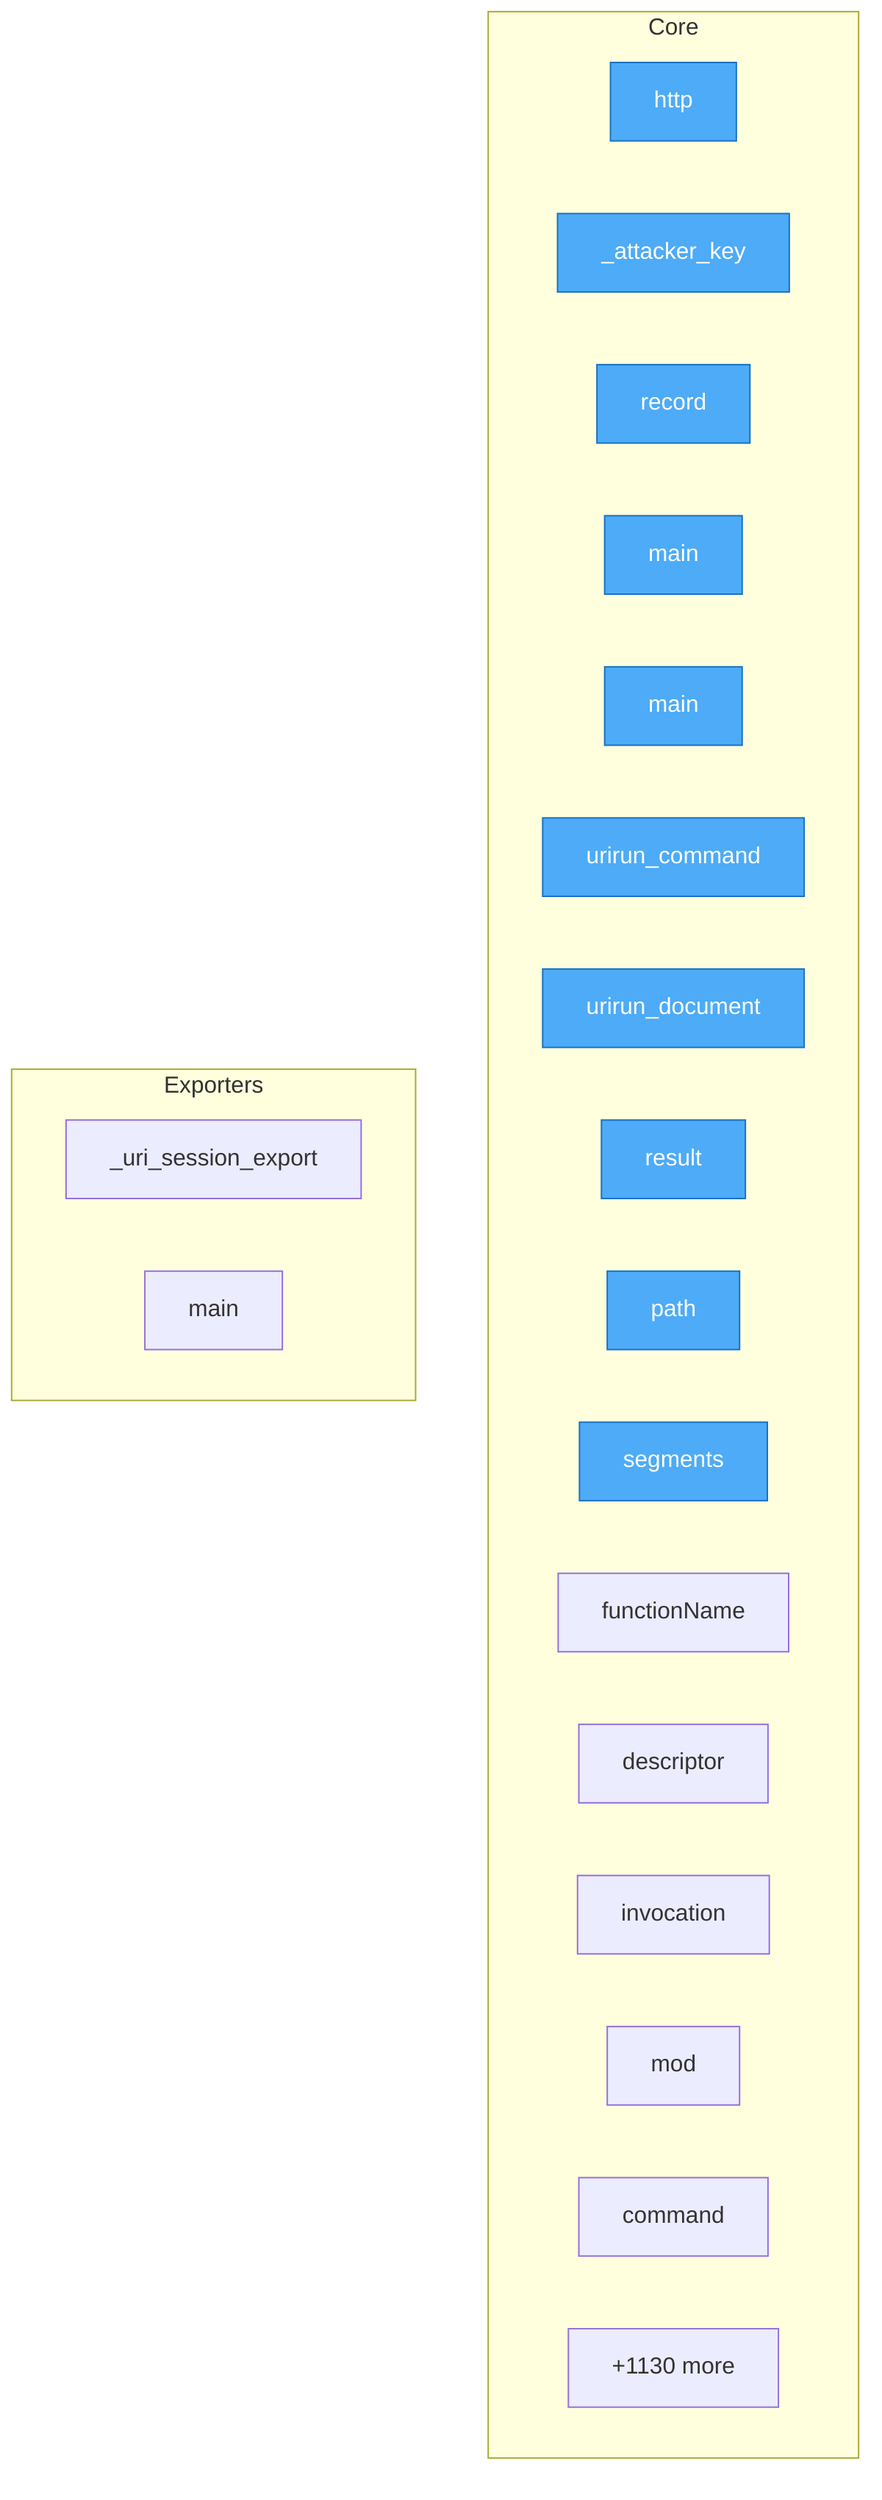
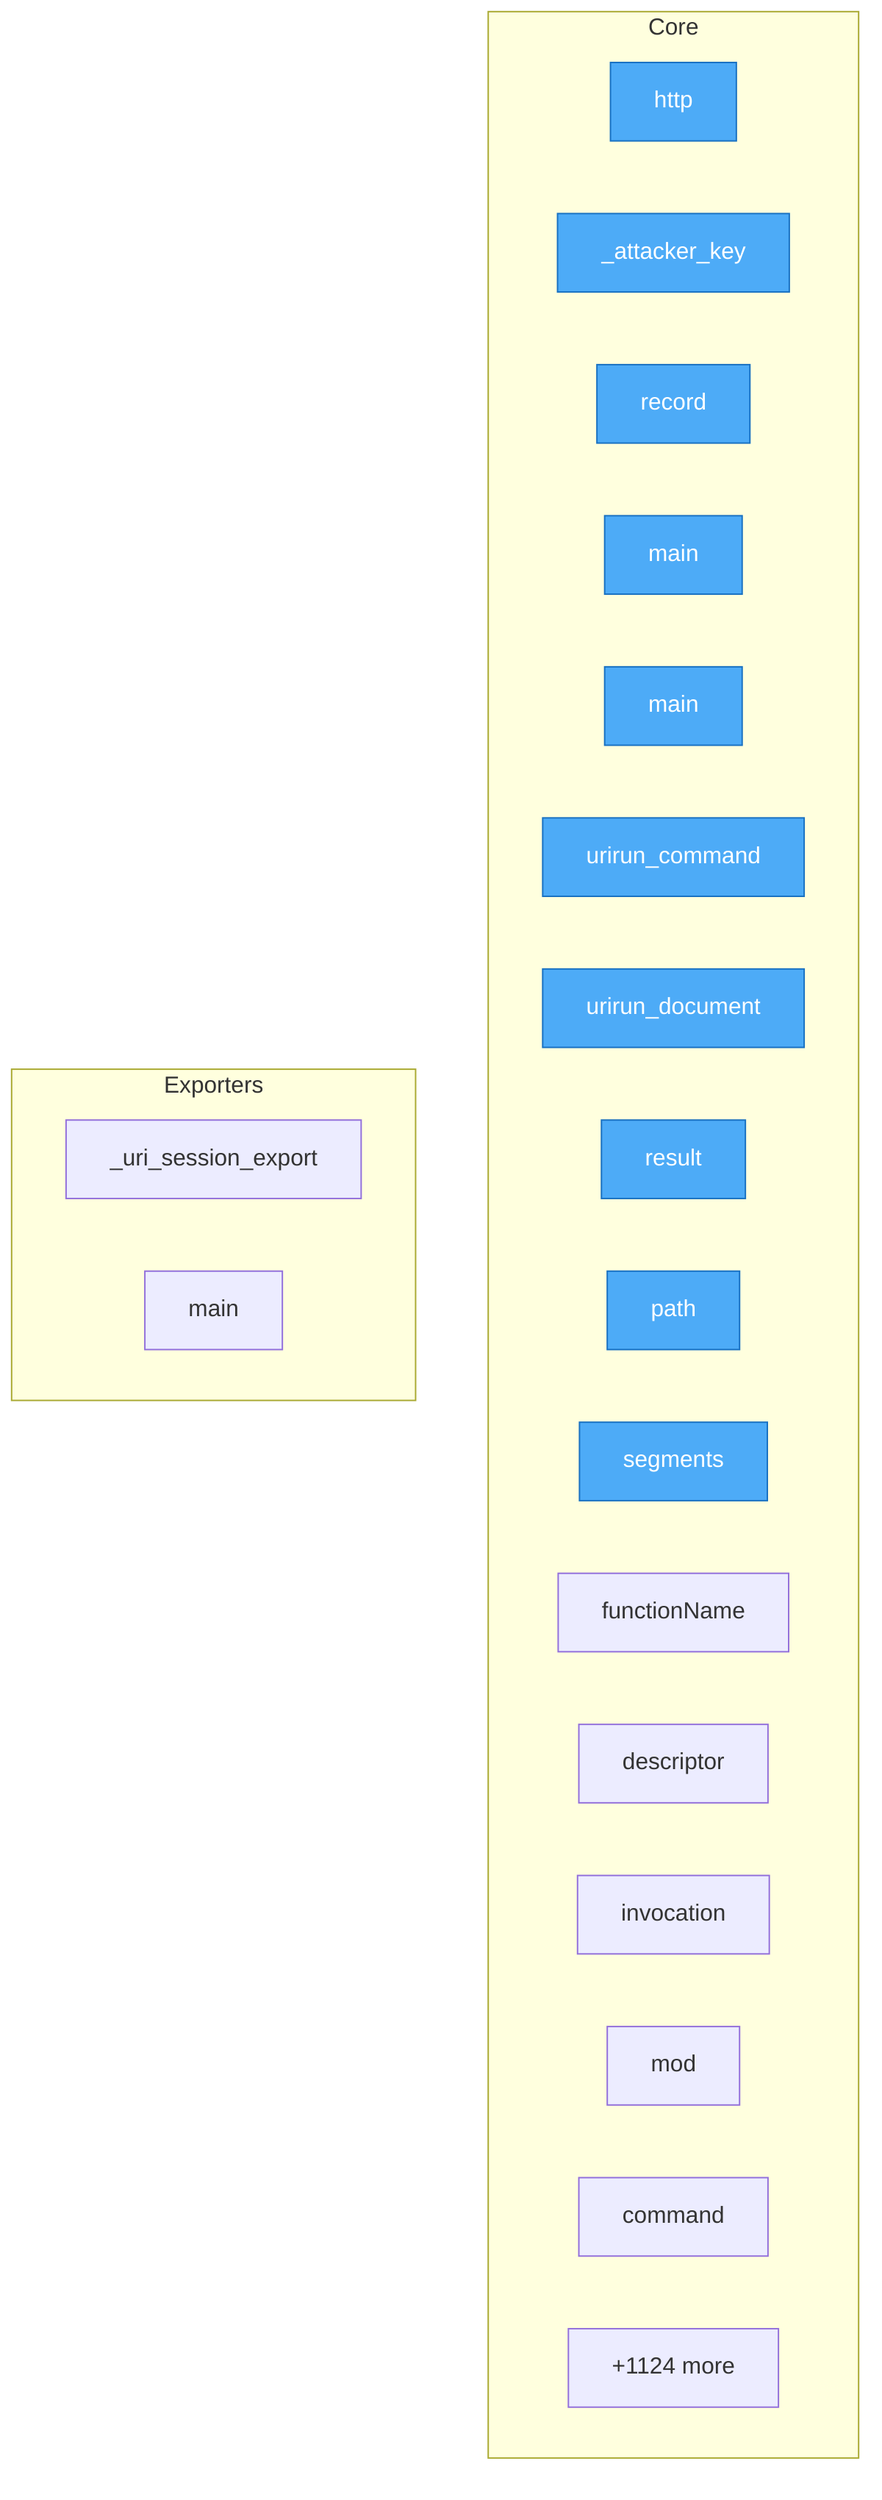
flowchart TD
- %% generated in 0.16s
+ %% generated in 0.08s

    %% Entry points (blue)
    classDef entry fill:#4dabf7,stroke:#1971c2,color:#fff

    subgraph Core
        security__mesh_probe__probe__http["http"]
        security__mesh_probe__probe___attacker_key["_attacker_key"]
        security__mesh_probe__probe__record["record"]
        adapters__conformance__main["main"]
        adapters__new_connector__main["main"]
        adapters__bash__urirun__urirun_command["urirun_command"]
        adapters__bash__urirun__urirun_document["urirun_document"]
        adapters__js__index__test__result["result"]
        adapters__js__path["path"]
        adapters__js__segments["segments"]
        adapters__js__functionName["functionName"]
        adapters__js__descriptor["descriptor"]
        adapters__js__invocation["invocation"]
        adapters__js__mod["mod"]
        adapters__java__Urirun__Urirun__command["command"]
-         ...["+1130 more"]
+         ...["+1124 more"]
    end

    subgraph Exporters
        adapters__python__urirun__node__skill___uri_session_export["_uri_session_export"]
        adapters__python__urirun_connectors_toolkit__contract_export__main["main"]
    end

    class security__mesh_probe__probe__http,security__mesh_probe__probe___attacker_key,security__mesh_probe__probe__record,adapters__conformance__main,adapters__new_connector__main,adapters__bash__urirun__urirun_command,adapters__bash__urirun__urirun_document,adapters__js__index__test__result,adapters__js__path,adapters__js__segments entry
